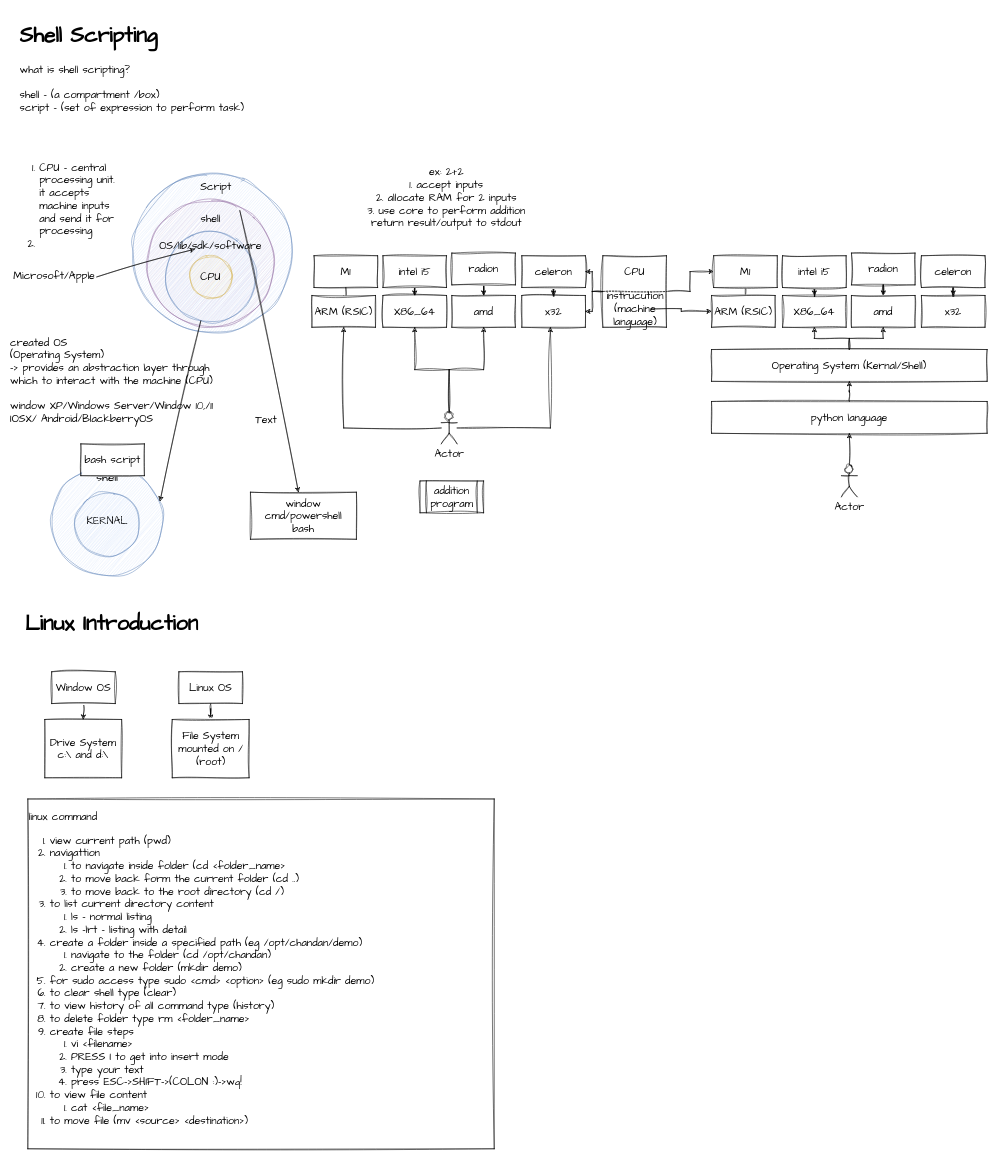
chandansutradhar2/unacademy-app keeps this draw.io diagram as page "Page-1" (1 of 6) of Untitled Diagram.drawio. Above is the earlier version. Source tidied: cells renumbered, new cells numbered last; positions are measured from the earlier drawing's top-left corner, leaving out a move shared by most shapes. Both pictures are drawn from the tidied source at 53%, with x=0, y=0 at pixel (9, 14).
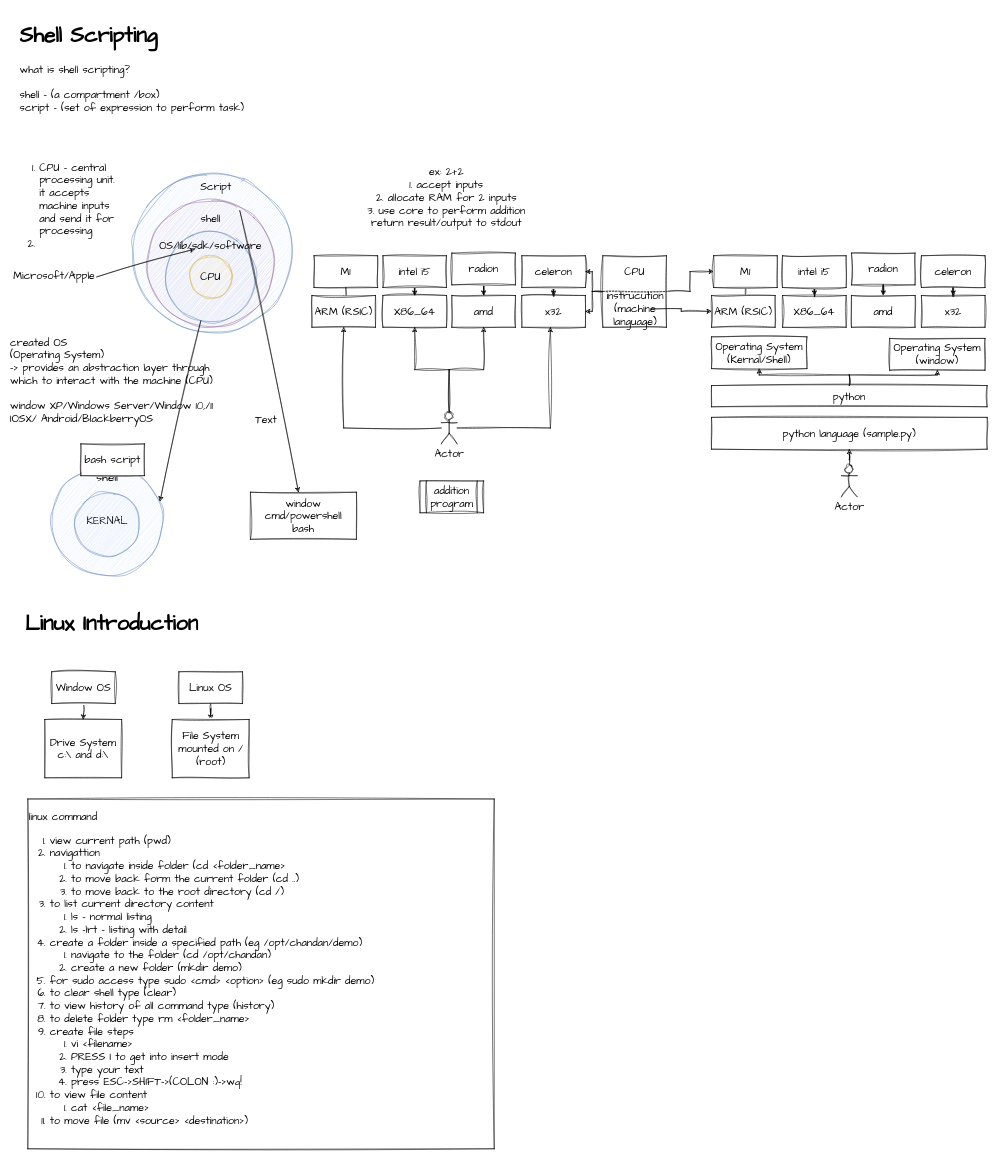
The same diagram, later.

The change refers to these unchanged cells:
```xml
<mxCell id="63" value="X86_64" style="whiteSpace=wrap;html=1;fontSize=20;fontFamily=Architects Daughter;rounded=0;sketch=1;hachureGap=4;jiggle=2;curveFitting=1;" parent="1" vertex="1">
  <mxGeometry x="1459" y="530" width="120" height="60" as="geometry" />
</mxCell>
<mxCell id="64" value="amd" style="rounded=0;whiteSpace=wrap;html=1;sketch=1;hachureGap=4;jiggle=2;curveFitting=1;fontFamily=Architects Daughter;fontSize=20;" parent="1" vertex="1">
  <mxGeometry x="1589" y="530" width="120" height="60" as="geometry" />
</mxCell>
```

Diff of the diagram source:
```diff
@@
-    <mxCell id="69" style="edgeStyle=orthogonalEdgeStyle;rounded=0;sketch=1;hachureGap=4;jiggle=2;curveFitting=1;jettySize=auto;html=1;fontFamily=Architects Daughter;fontSize=16;" parent="1" edge="1" source="71" target="63">
-      <mxGeometry relative="1" as="geometry" />
-    </mxCell>
-    <mxCell id="70" style="edgeStyle=orthogonalEdgeStyle;rounded=0;sketch=1;hachureGap=4;jiggle=2;curveFitting=1;jettySize=auto;html=1;fontFamily=Architects Daughter;fontSize=16;" parent="1" edge="1" source="71" target="64">
-      <mxGeometry relative="1" as="geometry" />
-    </mxCell>
     <mxCell id="71" value="Operating System (Kernal/Shell)" style="rounded=0;whiteSpace=wrap;html=1;sketch=1;hachureGap=4;jiggle=2;curveFitting=1;fontFamily=Architects Daughter;fontSize=20;" parent="1" vertex="1">
-      <mxGeometry x="1325" y="632" width="520" height="60" as="geometry" />
+      <mxGeometry x="1325" y="608" width="180" height="60" as="geometry" />
     </mxCell>
-    <mxCell id="72" style="edgeStyle=orthogonalEdgeStyle;rounded=0;sketch=1;hachureGap=4;jiggle=2;curveFitting=1;jettySize=auto;html=1;entryX=0.5;entryY=1;entryDx=0;entryDy=0;fontFamily=Architects Daughter;fontSize=16;" parent="1" edge="1" source="73" target="71">
-      <mxGeometry relative="1" as="geometry" />
-    </mxCell>
-    <mxCell id="73" value="python language" style="rounded=0;whiteSpace=wrap;html=1;sketch=1;hachureGap=4;jiggle=2;curveFitting=1;fontFamily=Architects Daughter;fontSize=20;" parent="1" vertex="1">
-      <mxGeometry x="1325" y="730" width="520" height="60" as="geometry" />
+    <mxCell id="73" value="python language (sample.py)" style="rounded=0;whiteSpace=wrap;html=1;sketch=1;hachureGap=4;jiggle=2;curveFitting=1;fontFamily=Architects Daughter;fontSize=20;" parent="1" vertex="1">
+      <mxGeometry x="1325" y="760" width="520" height="60" as="geometry" />
     </mxCell>
@@
+    <mxCell id="76" style="edgeStyle=orthogonalEdgeStyle;rounded=0;sketch=1;hachureGap=4;jiggle=2;curveFitting=1;jettySize=auto;html=1;fontFamily=Architects Daughter;fontSize=16;" parent="1" edge="1" source="78" target="71">
+      <mxGeometry relative="1" as="geometry" />
+    </mxCell>
+    <mxCell id="77" style="edgeStyle=orthogonalEdgeStyle;rounded=0;sketch=1;hachureGap=4;jiggle=2;curveFitting=1;jettySize=auto;html=1;entryX=0.5;entryY=1;entryDx=0;entryDy=0;fontFamily=Architects Daughter;fontSize=16;" parent="1" edge="1" source="78" target="79">
+      <mxGeometry relative="1" as="geometry" />
+    </mxCell>
+    <mxCell id="78" value="python" style="rounded=0;whiteSpace=wrap;html=1;sketch=1;hachureGap=4;jiggle=2;curveFitting=1;fontFamily=Architects Daughter;fontSize=20;" parent="1" vertex="1">
+      <mxGeometry x="1325" y="700" width="520" height="40" as="geometry" />
+    </mxCell>
+    <mxCell id="79" value="Operating System (window)" style="rounded=0;whiteSpace=wrap;html=1;sketch=1;hachureGap=4;jiggle=2;curveFitting=1;fontFamily=Architects Daughter;fontSize=20;" parent="1" vertex="1">
+      <mxGeometry x="1661" y="611" width="180" height="60" as="geometry" />
+    </mxCell>
```
